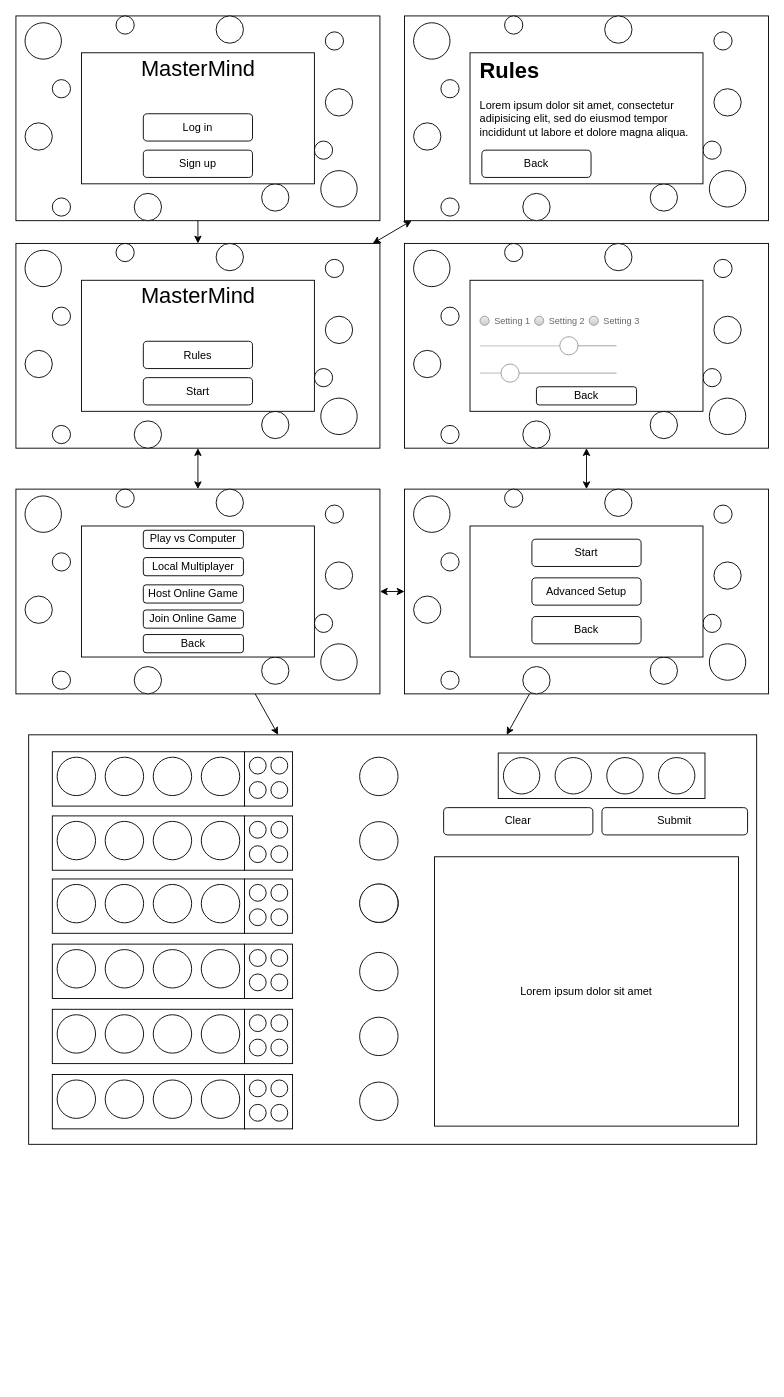
The draw.io diagram Diagrams/GUI Mockup.drawio in Rufushwilliams/NEA---MasterMind, before the edit. Source tidied: cells renumbered, new cells numbered last; positions are measured from the earlier drawing's top-left corner, leaving out a move shared by most shapes. Both pictures are drawn from the tidied source at 91%, with x=0, y=0 at pixel (15, 15).
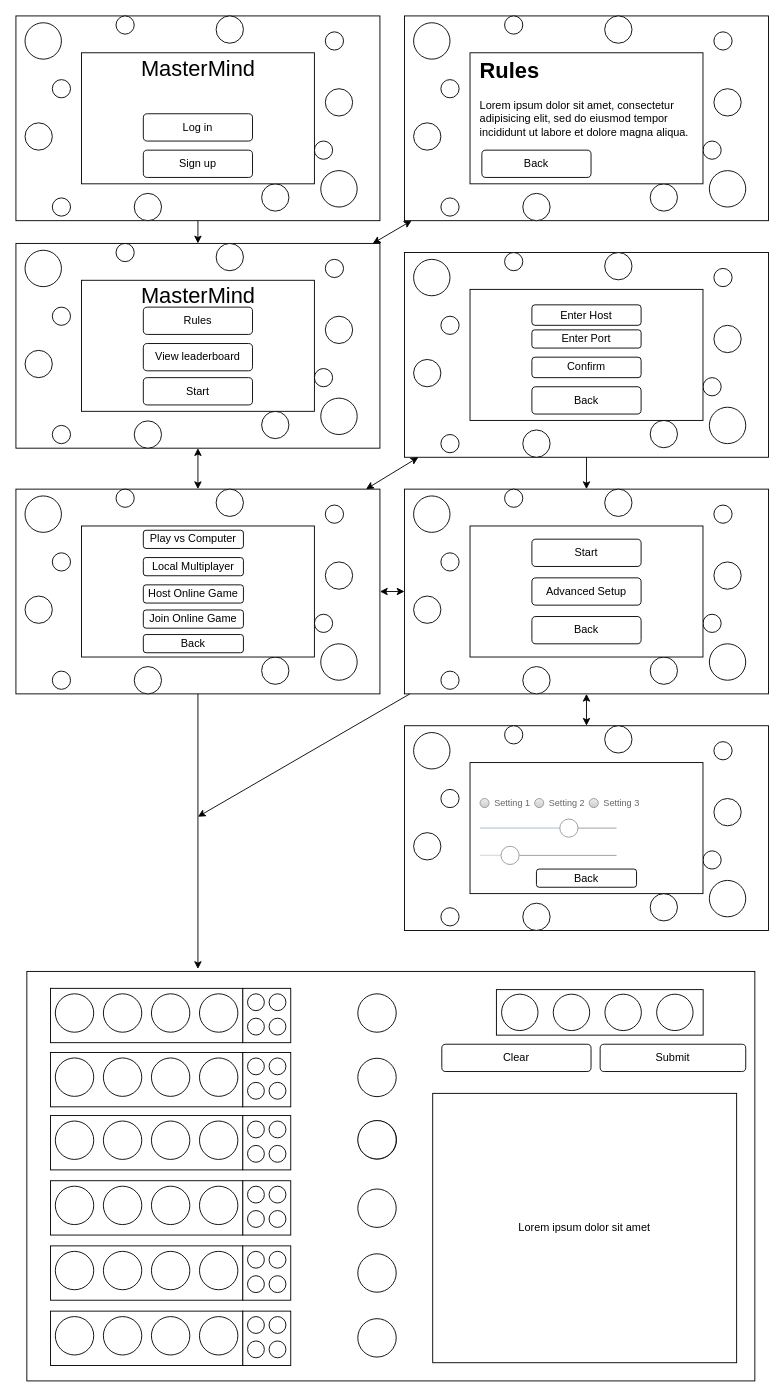
The same page after the edit.

The change refers to these unchanged cells:
```xml
<mxCell id="20" style="group;" parent="1" vertex="1">
  <mxGeometry y="250" width="400" height="225" as="geometry" />
</mxCell>
<mxCell id="56" style="whiteSpace=wrap;html=1;" parent="55" vertex="1">
  <mxGeometry width="400" height="225" as="geometry" />
</mxCell>
<mxCell id="76" style="whiteSpace=wrap;html=1;" parent="75" vertex="1">
  <mxGeometry width="400" height="225" as="geometry" />
</mxCell>
<mxCell id="121" style="whiteSpace=wrap;html=1;" parent="120" vertex="1">
  <mxGeometry width="800" height="450" as="geometry" />
</mxCell>
```

The edit, as a diff of the source:
```diff
@@
     <mxCell id="36" value="Rules" style="rounded=1;whiteSpace=wrap;html=1;" parent="20" vertex="1">
-      <mxGeometry x="140" y="107.5" width="120" height="30" as="geometry" />
+      <mxGeometry x="140" y="70" width="120" height="30" as="geometry" />
     </mxCell>
@@
+    <mxCell id="220" value="View leaderboard" style="rounded=1;whiteSpace=wrap;html=1;" parent="20" vertex="1">
+      <mxGeometry x="140" y="110" width="120" height="30" as="geometry" />
+    </mxCell>
@@
     <mxCell id="93" style="group;" parent="1" vertex="1">
-      <mxGeometry x="427" y="250" width="400" height="225" as="geometry" />
+      <mxGeometry x="427" y="780" width="400" height="225" as="geometry" />
     </mxCell>
@@
     <mxCell id="120" style="group;" parent="1" vertex="1">
-      <mxGeometry x="14" y="790" width="804" height="450" as="geometry" />
+      <mxGeometry x="12" y="1050" width="804" height="450" as="geometry" />
     </mxCell>
@@
-    <mxCell id="213" style="endArrow=classic;html=1;rounded=0;fontSize=10;" parent="1" edge="1" source="56" target="121">
+    <mxCell id="213" style="endArrow=classic;html=1;rounded=0;fontSize=10;entryX=0.235;entryY=-0.006;entryDx=0;entryDy=0;entryPerimeter=0;" parent="1" edge="1" source="56" target="121">
       <mxGeometry relative="1" as="geometry" />
     </mxCell>
-    <mxCell id="214" style="endArrow=classic;html=1;rounded=0;fontSize=10;" parent="1" edge="1" source="76" target="121">
-      <mxGeometry relative="1" as="geometry" />
-    </mxCell>
     <mxCell id="215" style="ellipse;whiteSpace=wrap;html=1;" parent="1" vertex="1">
-      <mxGeometry x="377.7" y="885.4" width="42.2" height="42.2" as="geometry" />
+      <mxGeometry x="375.7" y="1145.4" width="42.2" height="42.2" as="geometry" />
     </mxCell>
     <mxCell id="216" style="ellipse;whiteSpace=wrap;html=1;" parent="1" vertex="1">
-      <mxGeometry x="377.7" y="953.9" width="42.2" height="42.2" as="geometry" />
+      <mxGeometry x="375.7" y="1213.9" width="42.2" height="42.2" as="geometry" />
     </mxCell>
     <mxCell id="217" style="ellipse;whiteSpace=wrap;html=1;" parent="1" vertex="1">
-      <mxGeometry x="377.7" y="1029.1" width="42.2" height="42.2" as="geometry" />
+      <mxGeometry x="375.7" y="1289.1" width="42.2" height="42.2" as="geometry" />
     </mxCell>
     <mxCell id="218" style="ellipse;whiteSpace=wrap;html=1;" parent="1" vertex="1">
-      <mxGeometry x="377.7" y="1100.3" width="42.2" height="42.2" as="geometry" />
+      <mxGeometry x="375.7" y="1360.3" width="42.2" height="42.2" as="geometry" />
     </mxCell>
     <mxCell id="219" style="ellipse;whiteSpace=wrap;html=1;" parent="1" vertex="1">
-      <mxGeometry x="377.7" y="1171.6" width="42.2" height="42.2" as="geometry" />
+      <mxGeometry x="375.7" y="1431.6" width="42.2" height="42.2" as="geometry" />
     </mxCell>
+    <mxCell id="221" style="group;" parent="1" vertex="1">
+      <mxGeometry x="427" y="260" width="400" height="225" as="geometry" />
+    </mxCell>
+    <mxCell id="222" style="whiteSpace=wrap;html=1;" parent="221" vertex="1">
+      <mxGeometry width="400" height="225" as="geometry" />
+    </mxCell>
+    <mxCell id="223" style="ellipse;whiteSpace=wrap;html=1;" parent="221" vertex="1">
+      <mxGeometry x="335" y="170" width="40" height="40" as="geometry" />
+    </mxCell>
+    <mxCell id="224" style="ellipse;whiteSpace=wrap;html=1;" parent="221" vertex="1">
+      <mxGeometry x="40" y="200" width="20" height="20" as="geometry" />
+    </mxCell>
+    <mxCell id="225" style="ellipse;whiteSpace=wrap;html=1;" parent="221" vertex="1">
+      <mxGeometry x="10" y="7.5" width="40" height="40" as="geometry" />
+    </mxCell>
+    <mxCell id="226" style="ellipse;whiteSpace=wrap;html=1;" parent="221" vertex="1">
+      <mxGeometry x="340" y="80" width="30" height="30" as="geometry" />
+    </mxCell>
+    <mxCell id="227" style="ellipse;whiteSpace=wrap;html=1;" parent="221" vertex="1">
+      <mxGeometry x="340" y="17.5" width="20" height="20" as="geometry" />
+    </mxCell>
+    <mxCell id="228" style="ellipse;whiteSpace=wrap;html=1;" parent="221" vertex="1">
+      <mxGeometry x="328" y="137.5" width="20" height="20" as="geometry" />
+    </mxCell>
+    <mxCell id="229" style="ellipse;whiteSpace=wrap;html=1;" parent="221" vertex="1">
+      <mxGeometry x="130" y="195" width="30" height="30" as="geometry" />
+    </mxCell>
+    <mxCell id="230" style="ellipse;whiteSpace=wrap;html=1;" parent="221" vertex="1">
+      <mxGeometry x="270" y="184.5" width="30" height="30" as="geometry" />
+    </mxCell>
+    <mxCell id="231" style="ellipse;whiteSpace=wrap;html=1;" parent="221" vertex="1">
+      <mxGeometry x="110" width="20" height="20" as="geometry" />
+    </mxCell>
+    <mxCell id="232" style="ellipse;whiteSpace=wrap;html=1;" parent="221" vertex="1">
+      <mxGeometry x="220" width="30" height="30" as="geometry" />
+    </mxCell>
+    <mxCell id="233" style="ellipse;whiteSpace=wrap;html=1;" parent="221" vertex="1">
+      <mxGeometry x="10" y="117.5" width="30" height="30" as="geometry" />
+    </mxCell>
+    <mxCell id="234" style="ellipse;whiteSpace=wrap;html=1;" parent="221" vertex="1">
+      <mxGeometry x="40" y="70" width="20" height="20" as="geometry" />
+    </mxCell>
+    <mxCell id="235" style="whiteSpace=wrap;html=1;" parent="221" vertex="1">
+      <mxGeometry x="72" y="40.5" width="256" height="144" as="geometry" />
+    </mxCell>
+    <mxCell id="236" value="Enter Host" style="rounded=1;whiteSpace=wrap;html=1;" parent="221" vertex="1">
+      <mxGeometry x="140" y="57.5" width="120" height="22.5" as="geometry" />
+    </mxCell>
+    <mxCell id="237" value="Enter Port" style="rounded=1;whiteSpace=wrap;html=1;" parent="221" vertex="1">
+      <mxGeometry x="140" y="85" width="120" height="20" as="geometry" />
+    </mxCell>
+    <mxCell id="238" value="Back" style="rounded=1;whiteSpace=wrap;html=1;" parent="221" vertex="1">
+      <mxGeometry x="140" y="147.5" width="120" height="30" as="geometry" />
+    </mxCell>
+    <mxCell id="239" value="Confirm" style="rounded=1;whiteSpace=wrap;html=1;" parent="221" vertex="1">
+      <mxGeometry x="140" y="115" width="120" height="22.5" as="geometry" />
+    </mxCell>
+    <mxCell id="240" style="endArrow=classic;startArrow=classic;html=1;rounded=0;fontSize=10;" parent="1" edge="1" source="56" target="222">
+      <mxGeometry relative="1" as="geometry" />
+    </mxCell>
+    <mxCell id="241" style="endArrow=classic;html=1;rounded=0;fontSize=10;" parent="1" edge="1" source="222" target="76">
+      <mxGeometry relative="1" as="geometry" />
+    </mxCell>
+    <mxCell id="242" style="endArrow=classic;html=1;rounded=0;fontSize=10;" parent="1" edge="1" source="76">
+      <mxGeometry relative="1" as="geometry">
+        <mxPoint x="200" y="880" as="targetPoint" />
+      </mxGeometry>
+    </mxCell>
```
